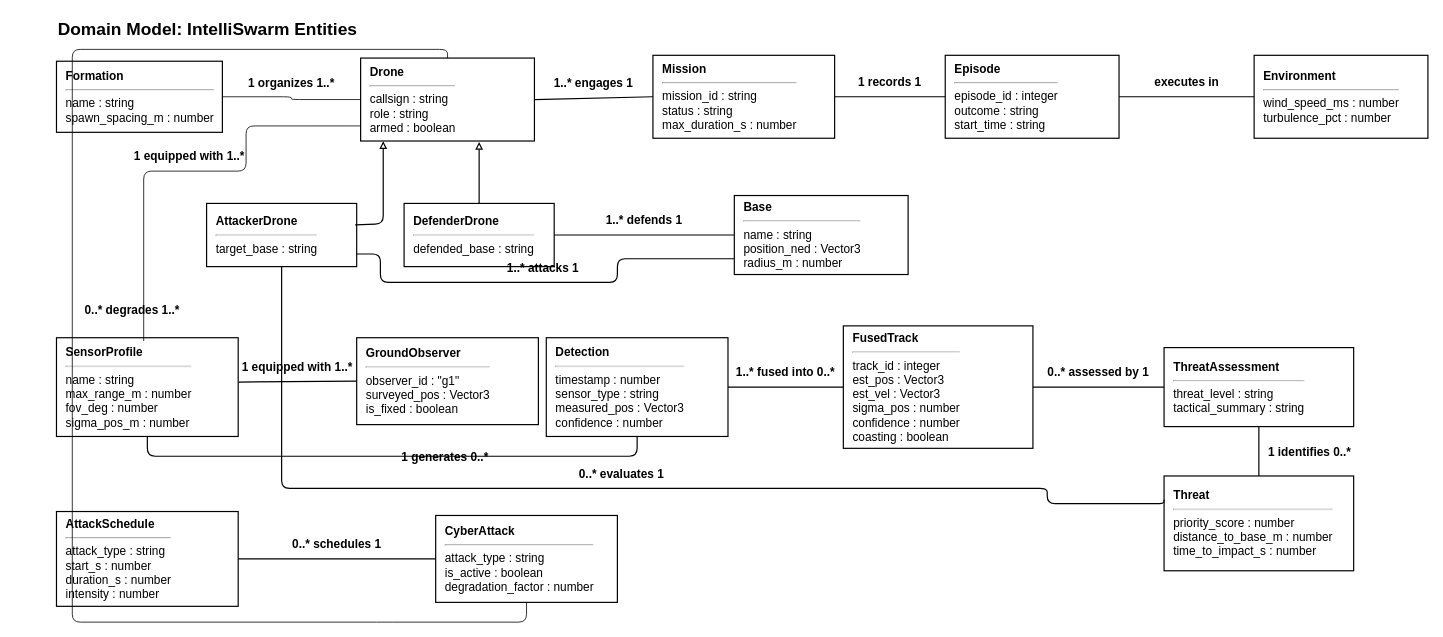
This is 20_domain_model_aegis.drawio from sjd-1214/diagrams, a draw.io file, before an edit. Source tidied: cells renumbered, new cells numbered last; positions are measured from the earlier drawing's top-left corner, leaving out a move shared by most shapes. Both pictures are drawn from the tidied source at 79%, with x=0, y=0 at pixel (56, 13).
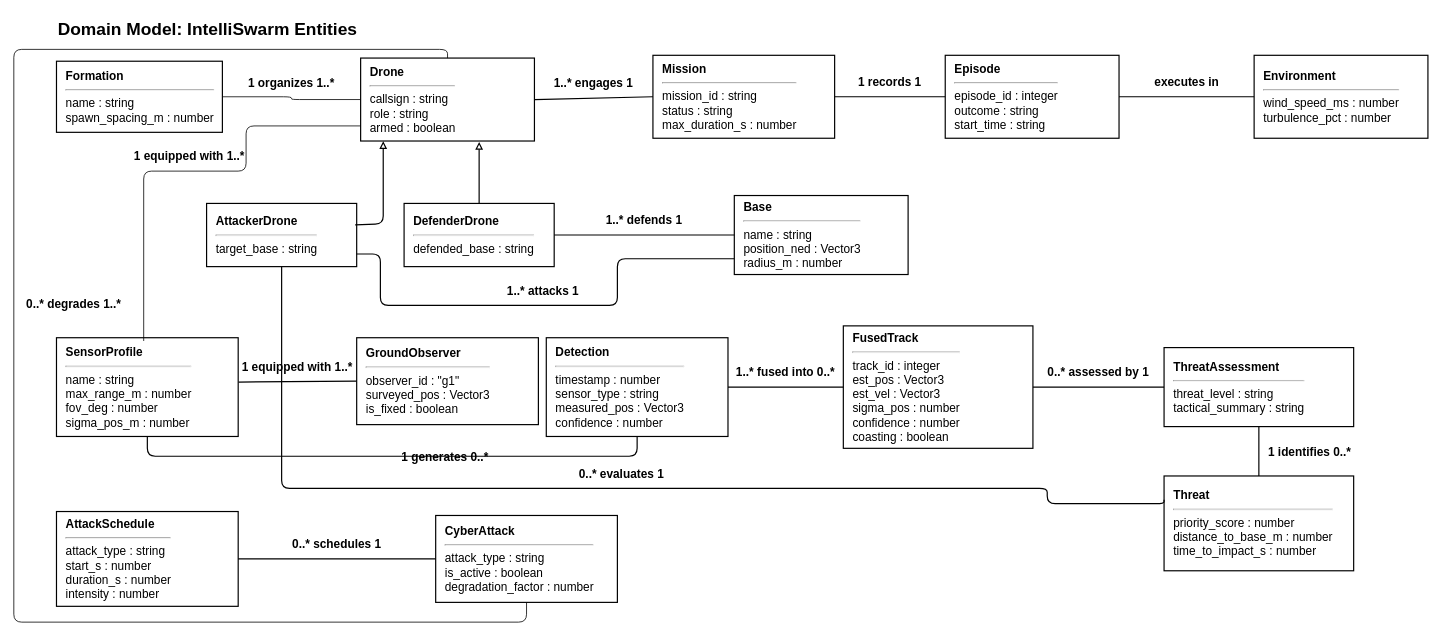
The same page after the edit.

The change refers to these unchanged cells:
```xml
<mxCell id="4" value="&lt;b&gt;Drone&lt;/b&gt;&lt;br&gt;&lt;hr&gt;callsign : string&lt;br&gt;role : string&lt;br&gt;armed : boolean" style="whiteSpace=wrap;html=1;fillColor=none;strokeColor=#000000;strokeWidth=1.5;fontFamily=Helvetica;fontColor=#000000;fontSize=15;align=left;spacingLeft=10;" parent="1" vertex="1">
  <mxGeometry x="385" y="56" width="220" height="105" as="geometry" />
</mxCell>
<mxCell id="8" value="&lt;b&gt;AttackerDrone&lt;/b&gt;&lt;br&gt;&lt;hr&gt;target_base : string" style="whiteSpace=wrap;html=1;fillColor=none;strokeColor=#000000;strokeWidth=1.5;fontFamily=Helvetica;fontColor=#000000;fontSize=15;align=left;spacingLeft=10;" parent="1" vertex="1">
  <mxGeometry x="190" y="240" width="190" height="80" as="geometry" />
</mxCell>
<mxCell id="10" value="&lt;b&gt;Base&lt;/b&gt;&lt;br&gt;&lt;hr&gt;name : string&lt;br&gt;position_ned : Vector3&lt;br&gt;radius_m : number" style="whiteSpace=wrap;html=1;fillColor=none;strokeColor=#000000;strokeWidth=1.5;fontFamily=Helvetica;fontColor=#000000;fontSize=15;align=left;spacingLeft=10;" parent="1" vertex="1">
  <mxGeometry x="858" y="230" width="220" height="100" as="geometry" />
</mxCell>
<mxCell id="18" value="&lt;b&gt;CyberAttack&lt;/b&gt;&lt;br&gt;&lt;hr&gt;attack_type : string&lt;br&gt;is_active : boolean&lt;br&gt;degradation_factor : number" style="whiteSpace=wrap;html=1;fillColor=none;strokeColor=#000000;strokeWidth=1.5;fontFamily=Helvetica;fontColor=#000000;fontSize=15;align=left;spacingLeft=10;" parent="1" vertex="1">
  <mxGeometry x="480" y="635" width="230" height="110" as="geometry" />
</mxCell>
```

The edit, as a diff of the source:
```diff
@@
-<mxGraphModel>
+<mxGraphModel background="#ffffff">
@@
     <mxCell id="26" value="1..*     attacks     1" style="edgeStyle=orthogonalEdgeStyle;rounded=1;endArrow=none;strokeColor=#000000;strokeWidth=1.5;fontFamily=Helvetica;fontSize=15;fontColor=#000000;exitX=1;exitY=0.8;entryX=0;entryY=0.8;fontStyle=1;labelBackgroundColor=none;verticalAlign=bottom;spacingBottom=8;spacingLeft=10;spacingRight=10;" parent="1" edge="1" source="8" target="10">
       <mxGeometry relative="1" as="geometry">
         <Array as="points">
           <mxPoint x="410" y="304" />
-          <mxPoint x="410" y="340" />
-          <mxPoint x="710" y="340" />
+          <mxPoint x="410" y="369" />
+          <mxPoint x="710" y="369" />
           <mxPoint x="710" y="310" />
         </Array>
       </mxGeometry>
     </mxCell>
@@
     <mxCell id="35" value="0..*     degrades     1..*" style="edgeStyle=orthogonalEdgeStyle;rounded=1;endArrow=none;strokeColor=#000000;fontFamily=Helvetica;fontSize=15;fontColor=#000000;exitX=0.5;exitY=1;entryX=0.5;entryY=0;fontStyle=1;labelBackgroundColor=none;align=left;labelPosition=right;spacingLeft=10;verticalAlign=middle;" parent="1" edge="1" source="18" target="4">
       <mxGeometry x="0.1" y="-4" relative="1" as="geometry">
         <Array as="points">
-          <mxPoint x="415" y="770" />
-          <mxPoint x="20" y="770" />
-          <mxPoint x="20" y="45" />
-          <mxPoint x="410" y="45" />
+          <mxPoint x="595" y="770" />
+          <mxPoint x="-54" y="770" />
+          <mxPoint x="-54" y="45" />
+          <mxPoint x="495" y="45" />
         </Array>
       </mxGeometry>
     </mxCell>
```
